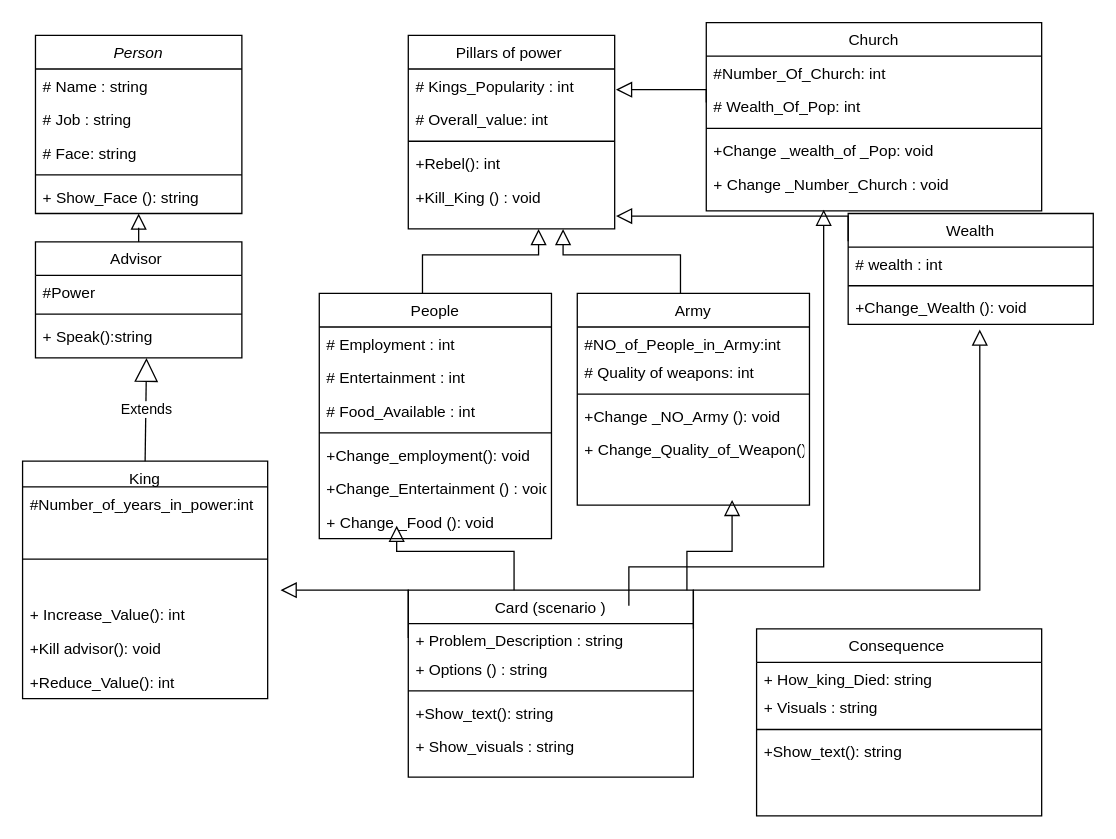
Before: Untitled Diagram.drawio in Erfan5555/Game-OOP, a draw.io diagram. Source tidied: cells renumbered, new cells numbered last; positions are measured from the earlier drawing's top-left corner, leaving out a move shared by most shapes. Both pictures are drawn from the tidied source at 129%, with x=0, y=0 at pixel (22, 22).
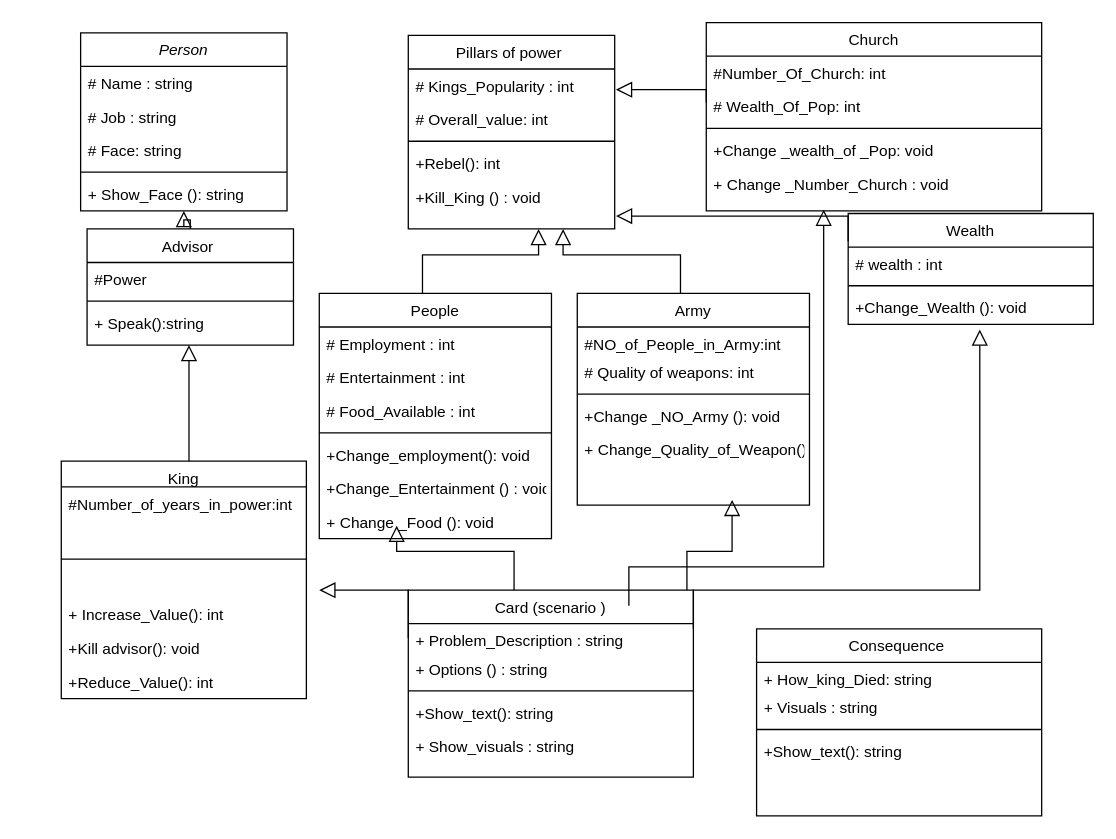
The same diagram, later.

Unchanged cells that the change refers to:
```xml
<mxCell id="11" value="+ Speak():string" style="text;align=left;verticalAlign=top;spacingLeft=4;spacingRight=4;overflow=hidden;points=[[0,0.5],[1,0.5]];portConstraint=eastwest;" parent="8" vertex="1">
  <mxGeometry y="60" width="160" height="26" as="geometry" />
</mxCell>
<mxCell id="56" value="+ Problem_Description : string" style="text;align=left;verticalAlign=top;spacingLeft=4;spacingRight=4;overflow=hidden;points=[[0,0.5],[1,0.5]];portConstraint=eastwest;" parent="55" vertex="1">
  <mxGeometry y="26" width="221" height="22" as="geometry" />
</mxCell>
```

Change to the diagram source:
```diff
@@
     <mxCell id="2" value="Person" style="swimlane;fontStyle=2;align=center;verticalAlign=top;horizontal=1;startSize=26;rounded=0;shadow=0;strokeWidth=1;" parent="1" vertex="1">
-      <mxGeometry x="10" y="10" width="160" height="138" as="geometry" />
+      <mxGeometry x="45" y="8" width="160" height="138" as="geometry" />
     </mxCell>
@@
     <mxCell id="8" value="Advisor " style="swimlane;fontStyle=0;align=center;verticalAlign=top;horizontal=1;startSize=26;rounded=0;shadow=0;strokeWidth=1;" parent="1" vertex="1">
-      <mxGeometry x="10" y="170" width="160" height="90" as="geometry" />
+      <mxGeometry x="50" y="160" width="160" height="90" as="geometry" />
     </mxCell>
@@
     <mxCell id="20" value="King" style="swimlane;fontStyle=0;align=center;verticalAlign=top;horizontal=1;startSize=20;rounded=0;shadow=0;strokeWidth=1;" parent="1" vertex="1">
-      <mxGeometry y="340" width="190" height="184" as="geometry" />
+      <mxGeometry x="30" y="340" width="190" height="184" as="geometry" />
     </mxCell>
@@
-    <mxCell id="26" value="Extends" style="endArrow=block;endSize=16;endFill=0;html=1;rounded=0;exitX=0.5;exitY=0;exitDx=0;exitDy=0;entryX=0.538;entryY=1.154;entryDx=0;entryDy=0;entryPerimeter=0;" parent="1" edge="1" source="20" target="11">
-      <mxGeometry relative="1" as="geometry" />
-    </mxCell>
@@
     <mxCell id="65" style="endArrow=block;endSize=10;endFill=0;shadow=0;strokeWidth=1;rounded=0;edgeStyle=elbowEdgeStyle;elbow=vertical;exitX=0;exitY=0.5;exitDx=0;exitDy=0;" parent="1" edge="1" source="56">
       <mxGeometry relative="1" as="geometry">
-        <mxPoint x="200" y="440" as="targetPoint" />
+        <mxPoint x="230" y="440" as="targetPoint" />
         <Array as="points">
           <mxPoint x="220" y="440" />
           <mxPoint x="240" y="470" />
         </Array>
       </mxGeometry>
     </mxCell>
@@
+    <mxCell id="71" style="endArrow=block;endSize=10;endFill=0;shadow=0;strokeWidth=1;rounded=0;edgeStyle=elbowEdgeStyle;elbow=vertical;exitX=0;exitY=0.5;exitDx=0;exitDy=0;" parent="1" edge="1">
+      <mxGeometry relative="1" as="geometry">
+        <mxPoint x="129" y="340" as="sourcePoint" />
+        <mxPoint x="129" y="250" as="targetPoint" />
+        <Array as="points">
+          <mxPoint x="129" y="303" />
+          <mxPoint x="70" y="333" />
+        </Array>
+      </mxGeometry>
+    </mxCell>
```
